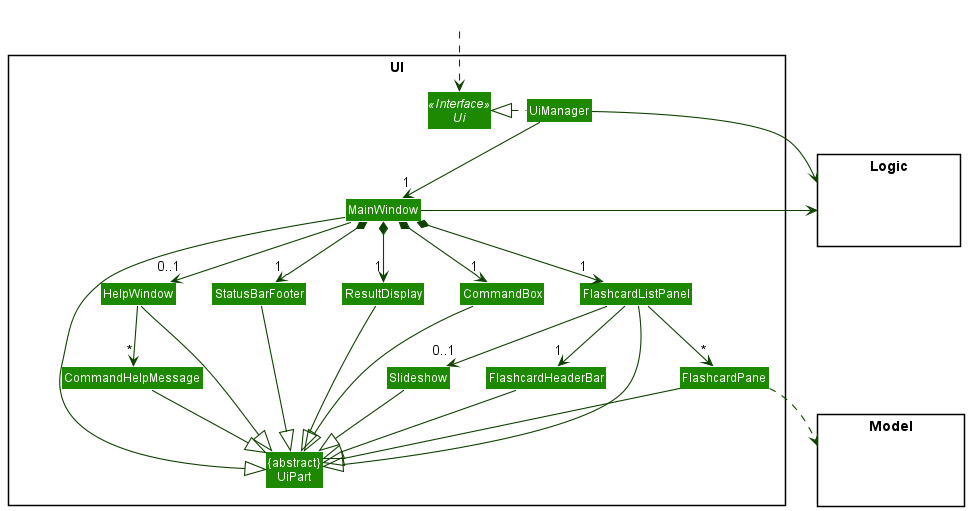
Above: docs/images/UiClassDiagram.png in sharmainec/tp (PlantUML), before the change. The source it was exported from:
```plantuml
@startuml
!include style.puml
skinparam arrowThickness 1.1
skinparam arrowColor UI_COLOR_T4
skinparam classBackgroundColor UI_COLOR

package UI <<Rectangle>>{
Interface Ui <<Interface>>
Class "{abstract}\nUiPart" as UiPart
Class UiManager
Class MainWindow
Class HelpWindow
Class CommandHelpMessage
Class ResultDisplay
Class FlashcardListPanel
Class Slideshow
Class FlashcardHeaderBar
Class FlashcardPane
Class StatusBarFooter
Class CommandBox
}

package Model <<Rectangle>> {
Class HiddenModel #FFFFFF
}

package Logic <<Rectangle>> {
Class HiddenLogic #FFFFFF
}

Class HiddenOutside #FFFFFF
HiddenOutside ..> Ui

UiManager .left.|> Ui
UiManager -down-> "1" MainWindow
MainWindow *-down->  "1" CommandBox
MainWindow *-down-> "1" ResultDisplay
MainWindow *-down-> "1" FlashcardListPanel
MainWindow *-down-> "1" StatusBarFooter
MainWindow -down-> "0..1" HelpWindow

FlashcardListPanel -down-> "0..1" Slideshow
FlashcardListPanel -down-> "1" FlashcardHeaderBar
FlashcardListPanel -down-> "*" FlashcardPane
HelpWindow -down-> "*" CommandHelpMessage

MainWindow -left-|> UiPart

ResultDisplay --|> UiPart
CommandBox --|> UiPart
FlashcardListPanel --|> UiPart
StatusBarFooter --|> UiPart
HelpWindow --|> UiPart
CommandHelpMessage --|> UiPart
Slideshow --|> UiPart
FlashcardHeaderBar --|> UiPart
FlashcardPane --|> UiPart

FlashcardPane ..> Model
UiManager -right-> Logic
MainWindow -left-> Logic

FlashcardListPanel -[hidden]left- CommandBox
CommandBox -[hidden]left- ResultDisplay
ResultDisplay -[hidden]left- StatusBarFooter
StatusBarFooter -[hidden]left- HelpWindow

FlashcardPane -[hidden]left- FlashcardHeaderBar
FlashcardHeaderBar -[hidden]left- Slideshow

MainWindow -[hidden]-|> UiPart
HelpWindow -[hidden]-|> UiPart
@enduml
```
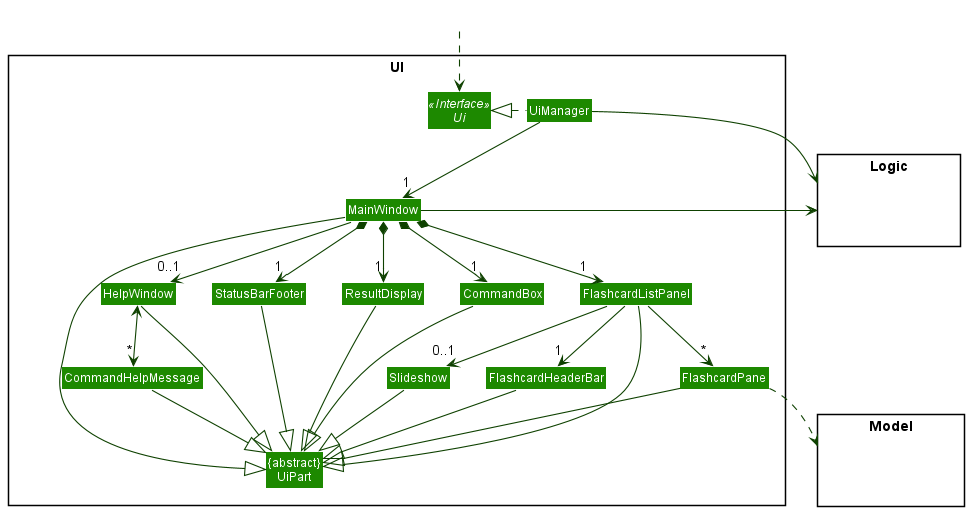
Later version of the same file.

Commit message:
Update UI class diagram image

The edit, as a diff of the source:
```diff
@@ -42,7 +42,7 @@
 FlashcardListPanel -down-> "0..1" Slideshow
 FlashcardListPanel -down-> "1" FlashcardHeaderBar
 FlashcardListPanel -down-> "*" FlashcardPane
-HelpWindow -down-> "*" CommandHelpMessage
+HelpWindow <-down-> "*" CommandHelpMessage
 
 MainWindow -left-|> UiPart
 
```
